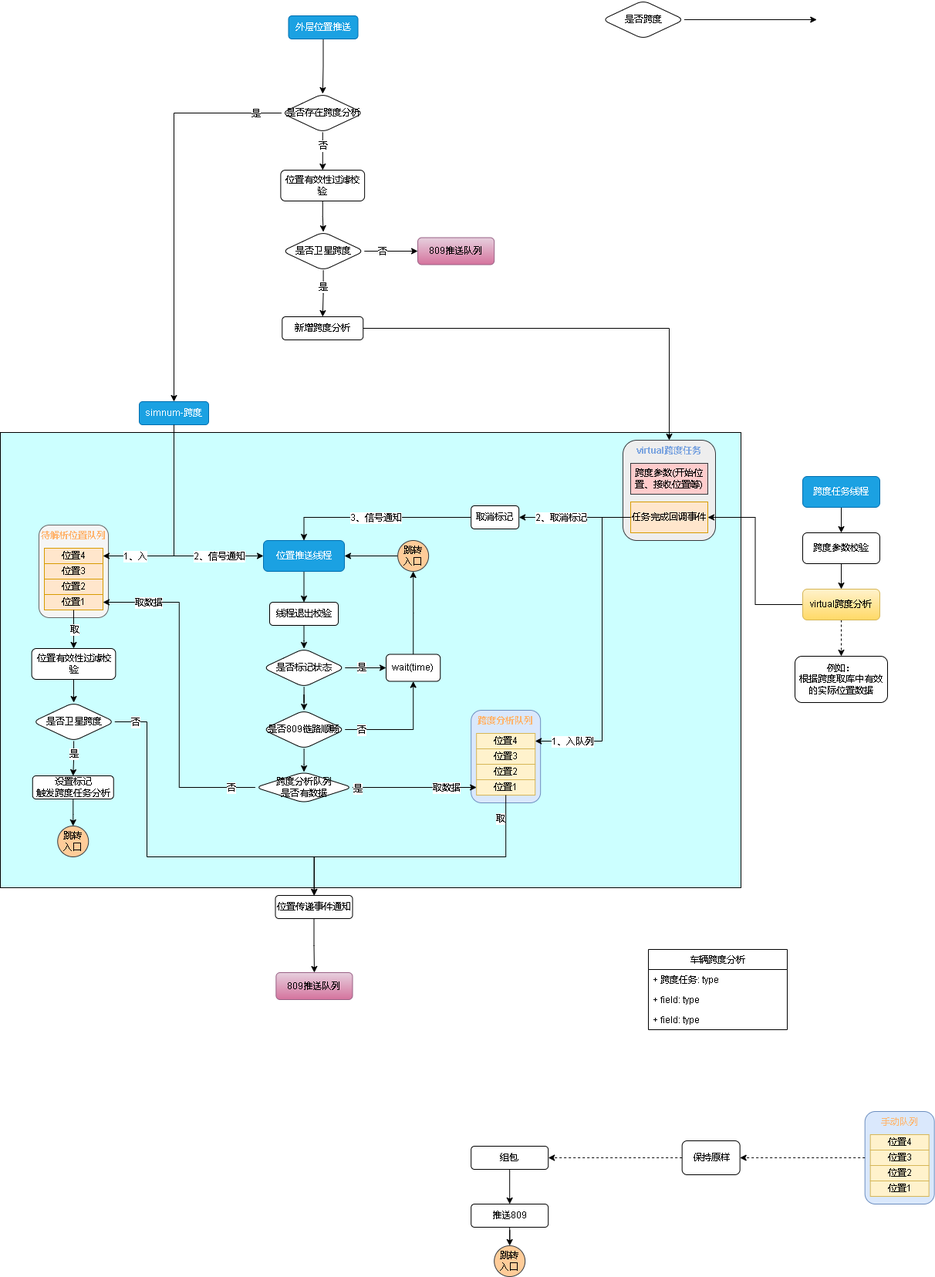
This is 809数据跨度.drawio.png from xktder/draw, a draw.io export, as it was before one commit. Source tidied: cells renumbered, new cells last; positions are measured from the earlier drawing's top-left corner, leaving out a move shared by most shapes.
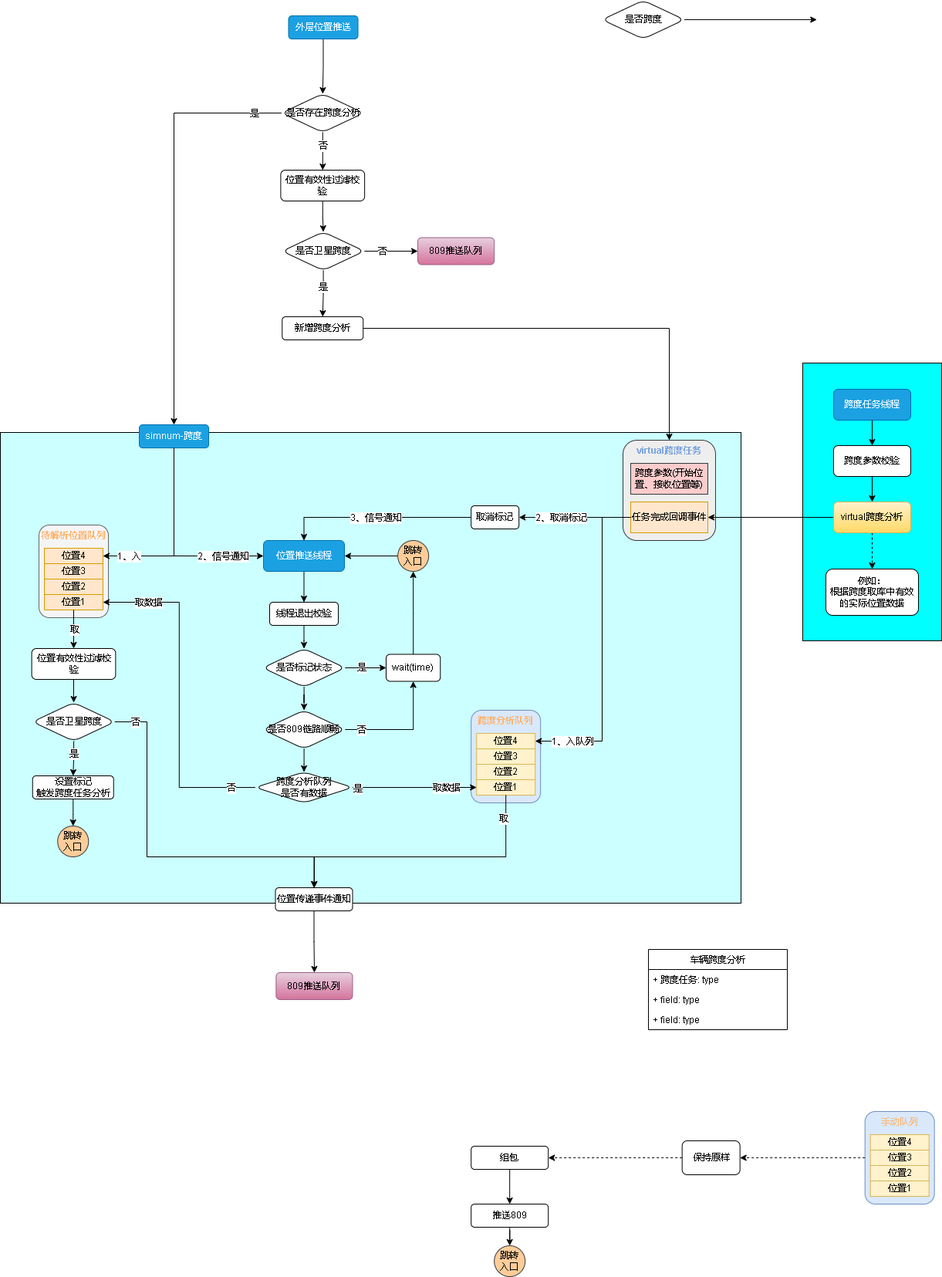
The same file after the commit.

Commit message:
更新809数据跨度.drawio.png

What changed in the source:
```diff
@@ -2,8 +2,11 @@
   <root>
     <mxCell id="0" />
     <mxCell id="1" parent="0" />
+    <mxCell id="116" style="rounded=0;whiteSpace=wrap;html=1;fontColor=#000000;fillColor=#00FFFF;" parent="1" vertex="1">
+      <mxGeometry x="1040" y="470" width="180" height="360" as="geometry" />
+    </mxCell>
     <mxCell id="2" style="rounded=0;whiteSpace=wrap;html=1;fontColor=#000000;fillColor=#CCFFFF;" parent="1" vertex="1">
-      <mxGeometry y="560" width="960" height="590" as="geometry" />
+      <mxGeometry y="560" width="960" height="610" as="geometry" />
     </mxCell>
     <mxCell id="3" style="edgeStyle=orthogonalEdgeStyle;rounded=0;jettySize=auto;html=1;fontColor=#000000;" parent="1" edge="1" source="5" target="25">
       <mxGeometry relative="1" as="geometry">
@@ -19,7 +22,7 @@
       </mxGeometry>
     </mxCell>
     <mxCell id="5" value="simnum-跨度" style="rounded=1;whiteSpace=wrap;html=1;fillColor=#1ba1e2;fontColor=#ffffff;strokeColor=#006EAF;" parent="1" vertex="1">
-      <mxGeometry x="180" y="520" width="90" height="30" as="geometry" />
+      <mxGeometry x="180" y="550" width="90" height="30" as="geometry" />
     </mxCell>
     <mxCell id="6" style="group;" parent="1" vertex="1">
       <mxGeometry x="50" y="680" width="90" height="120" as="geometry" />
@@ -198,7 +201,7 @@
       <mxGeometry relative="1" as="geometry" />
     </mxCell>
     <mxCell id="55" value="位置传递事件通知" style="rounded=1;whiteSpace=wrap;html=1;fontColor=#000000;" parent="1" vertex="1">
-      <mxGeometry x="356.5" y="1160" width="100" height="30" as="geometry" />
+      <mxGeometry x="356.5" y="1150" width="100" height="30" as="geometry" />
     </mxCell>
     <mxCell id="56" style="edgeStyle=orthogonalEdgeStyle;rounded=0;jettySize=auto;html=1;fontColor=#000000;" parent="1" edge="1" source="57" target="48">
       <mxGeometry relative="1" as="geometry" />
@@ -290,13 +293,13 @@
       <mxGeometry relative="1" as="geometry" />
     </mxCell>
     <mxCell id="82" value="跨度任务线程" style="rounded=1;whiteSpace=wrap;html=1;fontColor=#ffffff;fillColor=#1ba1e2;strokeColor=#006EAF;" parent="1" vertex="1">
-      <mxGeometry x="1040" y="617" width="100" height="40" as="geometry" />
+      <mxGeometry x="1080" y="504" width="100" height="40" as="geometry" />
     </mxCell>
     <mxCell id="83" style="edgeStyle=orthogonalEdgeStyle;rounded=0;jettySize=auto;html=1;fontColor=#000000;" parent="1" edge="1" source="84" target="87">
       <mxGeometry relative="1" as="geometry" />
     </mxCell>
     <mxCell id="84" value="跨度参数校验" style="rounded=1;whiteSpace=wrap;html=1;fontColor=#000000;" parent="1" vertex="1">
-      <mxGeometry x="1040" y="690" width="100" height="40" as="geometry" />
+      <mxGeometry x="1080" y="577" width="100" height="40" as="geometry" />
     </mxCell>
     <mxCell id="85" style="edgeStyle=orthogonalEdgeStyle;rounded=0;jettySize=auto;html=1;entryX=1;entryY=0.5;entryDx=0;entryDy=0;fontColor=#000000;" parent="1" edge="1" source="87" target="73">
       <mxGeometry relative="1" as="geometry" />
@@ -305,10 +308,10 @@
       <mxGeometry relative="1" as="geometry" />
     </mxCell>
     <mxCell id="87" value="virtual跨度分析" style="whiteSpace=wrap;html=1;rounded=1;fillColor=#fff2cc;gradientColor=#ffd966;strokeColor=#d6b656;" parent="1" vertex="1">
-      <mxGeometry x="1040" y="763" width="100" height="40" as="geometry" />
+      <mxGeometry x="1080" y="650" width="100" height="40" as="geometry" />
     </mxCell>
     <mxCell id="88" value="例如：&lt;br&gt;根据跨度取库中有效的实际位置数据" style="rounded=1;whiteSpace=wrap;html=1;fontColor=#000000;" parent="1" vertex="1">
-      <mxGeometry x="1030" y="850" width="120" height="60" as="geometry" />
+      <mxGeometry x="1070" y="737" width="120" height="60" as="geometry" />
     </mxCell>
     <mxCell id="89" style="edgeStyle=orthogonalEdgeStyle;rounded=0;jettySize=auto;html=1;entryX=1;entryY=0.5;entryDx=0;entryDy=0;dashed=1;fontColor=#7EA6E0;" parent="1" edge="1" source="90" target="57">
       <mxGeometry relative="1" as="geometry" />
```
